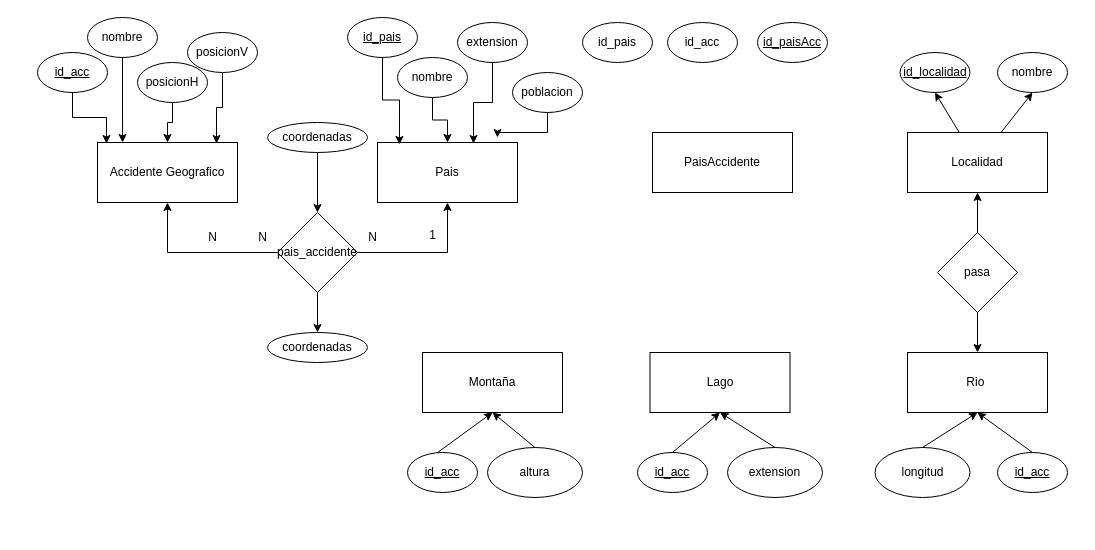
Before: ej11.drawio in adriii28/amr-tsys-C3U12-11102023, a draw.io diagram. Source tidied: cells renumbered, new cells numbered last; positions are measured from the earlier drawing's top-left corner, leaving out a move shared by most shapes. Both pictures are drawn from the tidied source at 100%, with x=0, y=0 at pixel (37, 17).
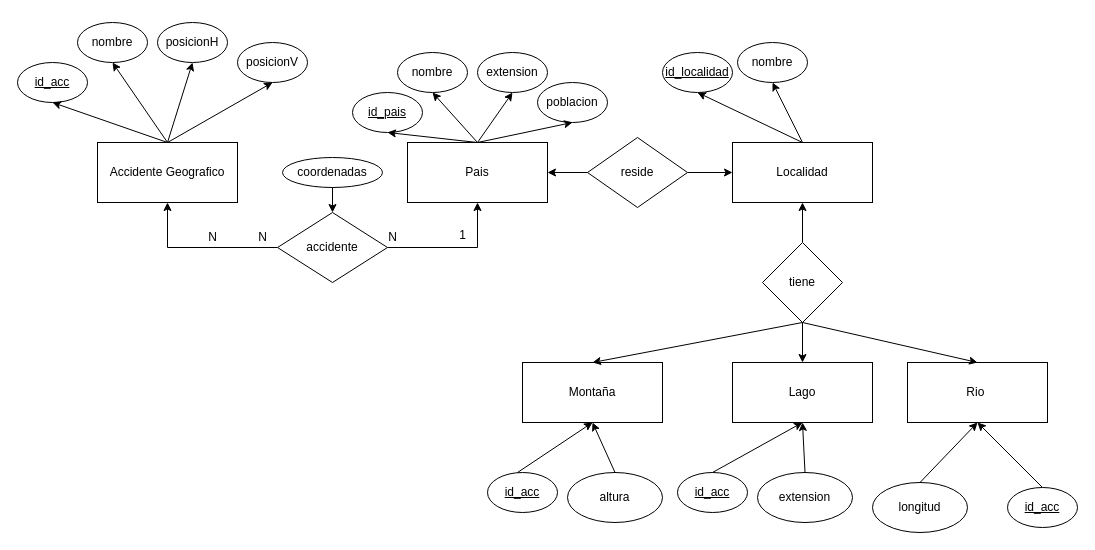
After the change.

The change refers to these unchanged cells:
```xml
<mxCell id="2" value="Accidente Geografico" style="rounded=0;whiteSpace=wrap;html=1;" parent="1" vertex="1">
  <mxGeometry x="60" y="125" width="140" height="60" as="geometry" />
</mxCell>
```

What changed in the source:
```diff
@@
     <mxCell id="3" value="Rio&amp;nbsp;" style="rounded=0;whiteSpace=wrap;html=1;" parent="1" vertex="1">
-      <mxGeometry x="870" y="335" width="140" height="60" as="geometry" />
+      <mxGeometry x="870" y="345" width="140" height="60" as="geometry" />
     </mxCell>
     <mxCell id="4" value="Montaña" style="rounded=0;whiteSpace=wrap;html=1;" parent="1" vertex="1">
-      <mxGeometry x="385" y="335" width="140" height="60" as="geometry" />
+      <mxGeometry x="485" y="345" width="140" height="60" as="geometry" />
     </mxCell>
     <mxCell id="5" value="Lago" style="rounded=0;whiteSpace=wrap;html=1;" parent="1" vertex="1">
-      <mxGeometry x="612.5" y="335" width="140" height="60" as="geometry" />
+      <mxGeometry x="695" y="345" width="140" height="60" as="geometry" />
     </mxCell>
     <mxCell id="6" value="Pais" style="rounded=0;whiteSpace=wrap;html=1;" parent="1" vertex="1">
-      <mxGeometry x="340" y="125" width="140" height="60" as="geometry" />
+      <mxGeometry x="370" y="125" width="140" height="60" as="geometry" />
     </mxCell>
-    <mxCell id="7" style="edgeStyle=none;rounded=0;jettySize=auto;html=1;entryX=0.5;entryY=1;entryDx=0;entryDy=0;" parent="1" edge="1" source="9" target="13">
+    <mxCell id="7" style="edgeStyle=none;rounded=0;jettySize=auto;html=1;entryX=0.5;entryY=1;entryDx=0;entryDy=0;exitX=0.5;exitY=0;exitDx=0;exitDy=0;" parent="1" edge="1" source="9" target="13">
       <mxGeometry relative="1" as="geometry" />
     </mxCell>
-    <mxCell id="8" style="edgeStyle=none;rounded=0;jettySize=auto;html=1;entryX=0.5;entryY=1;entryDx=0;entryDy=0;" parent="1" edge="1" source="9" target="27">
+    <mxCell id="8" style="edgeStyle=none;rounded=0;jettySize=auto;html=1;entryX=0.5;entryY=1;entryDx=0;entryDy=0;exitX=0.5;exitY=0;exitDx=0;exitDy=0;" parent="1" edge="1" source="9" target="27">
       <mxGeometry relative="1" as="geometry" />
     </mxCell>
     <mxCell id="9" value="Localidad" style="rounded=0;whiteSpace=wrap;html=1;" parent="1" vertex="1">
-      <mxGeometry x="870" y="115" width="140" height="60" as="geometry" />
+      <mxGeometry x="695" y="125" width="140" height="60" as="geometry" />
     </mxCell>
-    <mxCell id="10" value="PaisAccidente" style="rounded=0;whiteSpace=wrap;html=1;" parent="1" vertex="1">
-      <mxGeometry x="615" y="115" width="140" height="60" as="geometry" />
-    </mxCell>
     <mxCell id="11" value="id_acc" style="ellipse;whiteSpace=wrap;html=1;fontStyle=4;" parent="1" vertex="1">
-      <mxGeometry y="35" width="70" height="40" as="geometry" />
+      <mxGeometry x="-20" y="45" width="70" height="40" as="geometry" />
     </mxCell>
@@
     <mxCell id="13" value="id_localidad" style="ellipse;whiteSpace=wrap;html=1;fontStyle=4;" parent="1" vertex="1">
-      <mxGeometry x="862.5" y="35" width="70" height="40" as="geometry" />
+      <mxGeometry x="625" y="35" width="70" height="40" as="geometry" />
     </mxCell>
     <mxCell id="14" value="longitud" style="ellipse;whiteSpace=wrap;html=1;" parent="1" vertex="1">
-      <mxGeometry x="837.5" y="430" width="95" height="50" as="geometry" />
+      <mxGeometry x="835" y="465" width="95" height="50" as="geometry" />
     </mxCell>
-    <mxCell id="15" value="&lt;div&gt;id_paisAcc&lt;/div&gt;" style="ellipse;whiteSpace=wrap;html=1;fontStyle=4;" parent="1" vertex="1">
-      <mxGeometry x="720" y="5" width="70" height="40" as="geometry" />
-    </mxCell>
     <mxCell id="16" value="id_pais" style="ellipse;whiteSpace=wrap;html=1;fontStyle=4;" parent="1" vertex="1">
-      <mxGeometry x="310" width="70" height="40" as="geometry" />
+      <mxGeometry x="315" y="75" width="70" height="40" as="geometry" />
     </mxCell>
     <mxCell id="17" value="altura" style="ellipse;whiteSpace=wrap;html=1;" parent="1" vertex="1">
-      <mxGeometry x="450" y="430" width="95" height="50" as="geometry" />
+      <mxGeometry x="530" y="455" width="95" height="50" as="geometry" />
     </mxCell>
     <mxCell id="18" value="&lt;div&gt;nombre&lt;/div&gt;" style="ellipse;whiteSpace=wrap;html=1;fontStyle=0;" parent="1" vertex="1">
-      <mxGeometry x="50" width="70" height="40" as="geometry" />
+      <mxGeometry x="40" y="5" width="70" height="40" as="geometry" />
     </mxCell>
-    <mxCell id="19" style="edgeStyle=orthogonalEdgeStyle;rounded=0;jettySize=auto;html=1;" parent="1" edge="1" source="20" target="2">
-      <mxGeometry relative="1" as="geometry" />
-    </mxCell>
     <mxCell id="20" value="posicionH" style="ellipse;whiteSpace=wrap;html=1;fontStyle=0;" parent="1" vertex="1">
-      <mxGeometry x="100" y="45" width="70" height="40" as="geometry" />
+      <mxGeometry x="120" y="5" width="70" height="40" as="geometry" />
     </mxCell>
     <mxCell id="21" value="extension" style="ellipse;whiteSpace=wrap;html=1;" parent="1" vertex="1">
-      <mxGeometry x="690" y="430" width="95" height="50" as="geometry" />
+      <mxGeometry x="720" y="455" width="95" height="50" as="geometry" />
     </mxCell>
     <mxCell id="22" value="posicionV" style="ellipse;whiteSpace=wrap;html=1;fontStyle=0;" parent="1" vertex="1">
-      <mxGeometry x="150" y="15" width="70" height="40" as="geometry" />
+      <mxGeometry x="200" y="25" width="70" height="40" as="geometry" />
     </mxCell>
-    <mxCell id="23" style="edgeStyle=orthogonalEdgeStyle;rounded=0;jettySize=auto;html=1;" parent="1" edge="1" source="24" target="6">
-      <mxGeometry relative="1" as="geometry" />
-    </mxCell>
     <mxCell id="24" value="nombre" style="ellipse;whiteSpace=wrap;html=1;fontStyle=0;" parent="1" vertex="1">
-      <mxGeometry x="360" y="40" width="70" height="40" as="geometry" />
+      <mxGeometry x="360" y="35" width="70" height="40" as="geometry" />
     </mxCell>
     <mxCell id="25" value="extension" style="ellipse;whiteSpace=wrap;html=1;fontStyle=0;" parent="1" vertex="1">
-      <mxGeometry x="420" y="5" width="70" height="40" as="geometry" />
+      <mxGeometry x="440" y="35" width="70" height="40" as="geometry" />
     </mxCell>
     <mxCell id="26" value="&lt;div&gt;poblacion&lt;/div&gt;" style="ellipse;whiteSpace=wrap;html=1;fontStyle=0;" parent="1" vertex="1">
-      <mxGeometry x="475" y="55" width="70" height="40" as="geometry" />
+      <mxGeometry x="500" y="65" width="70" height="40" as="geometry" />
     </mxCell>
     <mxCell id="27" value="nombre" style="ellipse;whiteSpace=wrap;html=1;fontStyle=0;" parent="1" vertex="1">
-      <mxGeometry x="960" y="35" width="70" height="40" as="geometry" />
+      <mxGeometry x="700" y="25" width="70" height="40" as="geometry" />
     </mxCell>
-    <mxCell id="28" value="&lt;div&gt;id_pais&lt;/div&gt;" style="ellipse;whiteSpace=wrap;html=1;fontStyle=0;" parent="1" vertex="1">
-      <mxGeometry x="545" y="5" width="70" height="40" as="geometry" />
-    </mxCell>
-    <mxCell id="29" value="&lt;div&gt;id_acc&lt;/div&gt;" style="ellipse;whiteSpace=wrap;html=1;fontStyle=0;" parent="1" vertex="1">
-      <mxGeometry x="630" y="5" width="70" height="40" as="geometry" />
-    </mxCell>
-    <mxCell id="30" style="edgeStyle=none;rounded=0;jettySize=auto;html=1;exitX=0.5;exitY=1;exitDx=0;exitDy=0;entryX=0.5;entryY=0;entryDx=0;entryDy=0;" parent="1" edge="1" source="31" target="51">
-      <mxGeometry relative="1" as="geometry" />
-    </mxCell>
-    <mxCell id="31" value="pais_accidente" style="rhombus;whiteSpace=wrap;html=1;" parent="1" vertex="1">
-      <mxGeometry x="240" y="195" width="80" height="80" as="geometry" />
+    <mxCell id="31" value="accidente" style="rhombus;whiteSpace=wrap;html=1;" parent="1" vertex="1">
+      <mxGeometry x="240" y="195" width="110" height="70" as="geometry" />
     </mxCell>
@@
     <mxCell id="34" value="coordenadas" style="ellipse;whiteSpace=wrap;html=1;" parent="1" vertex="1">
-      <mxGeometry x="230" y="105" width="100" height="30" as="geometry" />
+      <mxGeometry x="245" y="140" width="100" height="30" as="geometry" />
     </mxCell>
@@
     <mxCell id="36" value="id_acc" style="ellipse;whiteSpace=wrap;html=1;fontStyle=4;" parent="1" vertex="1">
-      <mxGeometry x="960" y="435" width="70" height="40" as="geometry" />
+      <mxGeometry x="970" y="470" width="70" height="40" as="geometry" />
     </mxCell>
     <mxCell id="37" value="N" style="text;html=1;align=center;verticalAlign=middle;strokeColor=none;fillColor=none;" parent="1" vertex="1">
-      <mxGeometry x="320" y="205" width="30" height="30" as="geometry" />
+      <mxGeometry x="340" y="205" width="30" height="30" as="geometry" />
     </mxCell>
     <mxCell id="38" value="id_acc" style="ellipse;whiteSpace=wrap;html=1;fontStyle=4;" parent="1" vertex="1">
-      <mxGeometry x="370" y="435" width="70" height="40" as="geometry" />
+      <mxGeometry x="450" y="455" width="70" height="40" as="geometry" />
     </mxCell>
     <mxCell id="39" value="&lt;div&gt;1&lt;/div&gt;&lt;div&gt;&lt;br&gt;&lt;/div&gt;" style="text;html=1;align=center;verticalAlign=middle;strokeColor=none;fillColor=none;" parent="1" vertex="1">
-      <mxGeometry x="380" y="205" width="30" height="40" as="geometry" />
+      <mxGeometry x="410" y="205" width="30" height="40" as="geometry" />
     </mxCell>
     <mxCell id="40" value="id_acc" style="ellipse;whiteSpace=wrap;html=1;fontStyle=4;" parent="1" vertex="1">
-      <mxGeometry x="600" y="435" width="70" height="40" as="geometry" />
+      <mxGeometry x="640" y="455" width="70" height="40" as="geometry" />
     </mxCell>
@@
-    <mxCell id="48" style="edgeStyle=none;rounded=0;jettySize=auto;html=1;entryX=0.5;entryY=0;entryDx=0;entryDy=0;" parent="1" edge="1" source="50" target="3">
+    <mxCell id="48" style="edgeStyle=none;rounded=0;jettySize=auto;html=1;entryX=0.5;entryY=0;entryDx=0;entryDy=0;exitX=0.5;exitY=1;exitDx=0;exitDy=0;" parent="1" edge="1" source="50" target="3">
       <mxGeometry relative="1" as="geometry" />
     </mxCell>
@@
-    <mxCell id="50" value="pasa" style="rhombus;whiteSpace=wrap;html=1;" parent="1" vertex="1">
-      <mxGeometry x="900" y="215" width="80" height="80" as="geometry" />
+    <mxCell id="50" value="tiene" style="rhombus;whiteSpace=wrap;html=1;" parent="1" vertex="1">
+      <mxGeometry x="725" y="225" width="80" height="80" as="geometry" />
     </mxCell>
-    <mxCell id="51" value="coordenadas" style="ellipse;whiteSpace=wrap;html=1;" parent="1" vertex="1">
-      <mxGeometry x="230" y="315" width="100" height="30" as="geometry" />
-    </mxCell>
-    <mxCell id="52" style="edgeStyle=orthogonalEdgeStyle;rounded=0;jettySize=auto;html=1;entryX=0.064;entryY=0.017;entryDx=0;entryDy=0;entryPerimeter=0;" parent="1" edge="1" source="11" target="2">
-      <mxGeometry relative="1" as="geometry" />
-    </mxCell>
-    <mxCell id="53" style="edgeStyle=orthogonalEdgeStyle;rounded=0;jettySize=auto;html=1;entryX=0.179;entryY=0;entryDx=0;entryDy=0;entryPerimeter=0;" parent="1" edge="1" source="18" target="2">
-      <mxGeometry relative="1" as="geometry" />
-    </mxCell>
-    <mxCell id="54" style="edgeStyle=orthogonalEdgeStyle;rounded=0;jettySize=auto;html=1;entryX=0.85;entryY=0.017;entryDx=0;entryDy=0;entryPerimeter=0;" parent="1" edge="1" source="22" target="2">
-      <mxGeometry relative="1" as="geometry" />
-    </mxCell>
-    <mxCell id="55" style="edgeStyle=orthogonalEdgeStyle;rounded=0;jettySize=auto;html=1;entryX=0.157;entryY=0.033;entryDx=0;entryDy=0;entryPerimeter=0;" parent="1" edge="1" source="16" target="6">
-      <mxGeometry relative="1" as="geometry" />
-    </mxCell>
-    <mxCell id="56" style="edgeStyle=orthogonalEdgeStyle;rounded=0;jettySize=auto;html=1;entryX=0.686;entryY=0.017;entryDx=0;entryDy=0;entryPerimeter=0;" parent="1" edge="1" source="25" target="6">
-      <mxGeometry relative="1" as="geometry" />
-    </mxCell>
-    <mxCell id="57" style="edgeStyle=orthogonalEdgeStyle;rounded=0;jettySize=auto;html=1;entryX=0.857;entryY=-0.083;entryDx=0;entryDy=0;entryPerimeter=0;" parent="1" edge="1" source="26" target="6">
-      <mxGeometry relative="1" as="geometry" />
-    </mxCell>
+    <mxCell id="58" style="edgeStyle=none;rounded=0;jettySize=auto;html=1;entryX=0.5;entryY=1;entryDx=0;entryDy=0;exitX=0.5;exitY=0;exitDx=0;exitDy=0;" parent="1" edge="1" source="6" target="16">
+      <mxGeometry relative="1" as="geometry" />
+    </mxCell>
+    <mxCell id="59" style="edgeStyle=none;rounded=0;jettySize=auto;html=1;entryX=0.5;entryY=1;entryDx=0;entryDy=0;exitX=0.5;exitY=0;exitDx=0;exitDy=0;" parent="1" edge="1" source="6" target="24">
+      <mxGeometry relative="1" as="geometry" />
+    </mxCell>
+    <mxCell id="60" style="edgeStyle=none;rounded=0;jettySize=auto;html=1;entryX=0.5;entryY=1;entryDx=0;entryDy=0;exitX=0.5;exitY=0;exitDx=0;exitDy=0;" parent="1" edge="1" source="6" target="25">
+      <mxGeometry relative="1" as="geometry" />
+    </mxCell>
+    <mxCell id="61" style="edgeStyle=none;rounded=0;jettySize=auto;html=1;entryX=0.5;entryY=1;entryDx=0;entryDy=0;exitX=0.5;exitY=0;exitDx=0;exitDy=0;" parent="1" edge="1" source="6" target="26">
+      <mxGeometry relative="1" as="geometry" />
+    </mxCell>
+    <mxCell id="62" style="edgeStyle=none;rounded=0;jettySize=auto;html=1;entryX=0.5;entryY=1;entryDx=0;entryDy=0;exitX=0.5;exitY=0;exitDx=0;exitDy=0;" parent="1" edge="1" source="2" target="11">
+      <mxGeometry relative="1" as="geometry" />
+    </mxCell>
+    <mxCell id="63" style="edgeStyle=none;rounded=0;jettySize=auto;html=1;entryX=0.5;entryY=1;entryDx=0;entryDy=0;exitX=0.5;exitY=0;exitDx=0;exitDy=0;" parent="1" edge="1" source="2" target="18">
+      <mxGeometry relative="1" as="geometry" />
+    </mxCell>
+    <mxCell id="64" style="edgeStyle=none;rounded=0;jettySize=auto;html=1;entryX=0.5;entryY=1;entryDx=0;entryDy=0;exitX=0.5;exitY=0;exitDx=0;exitDy=0;" parent="1" edge="1" source="2" target="20">
+      <mxGeometry relative="1" as="geometry" />
+    </mxCell>
+    <mxCell id="65" style="edgeStyle=none;rounded=0;jettySize=auto;html=1;entryX=0.5;entryY=1;entryDx=0;entryDy=0;exitX=0.5;exitY=0;exitDx=0;exitDy=0;" parent="1" edge="1" source="2" target="22">
+      <mxGeometry relative="1" as="geometry" />
+    </mxCell>
+    <mxCell id="66" style="edgeStyle=none;rounded=0;jettySize=auto;html=1;entryX=0.5;entryY=0;entryDx=0;entryDy=0;exitX=0.5;exitY=1;exitDx=0;exitDy=0;" parent="1" edge="1" source="50" target="5">
+      <mxGeometry relative="1" as="geometry" />
+    </mxCell>
+    <mxCell id="67" style="edgeStyle=none;rounded=0;jettySize=auto;html=1;entryX=0.5;entryY=0;entryDx=0;entryDy=0;exitX=0.5;exitY=1;exitDx=0;exitDy=0;" parent="1" edge="1" source="50" target="4">
+      <mxGeometry relative="1" as="geometry" />
+    </mxCell>
+    <mxCell id="68" style="edgeStyle=none;rounded=0;jettySize=auto;html=1;entryX=0;entryY=0.5;entryDx=0;entryDy=0;" parent="1" edge="1" source="70" target="9">
+      <mxGeometry relative="1" as="geometry" />
+    </mxCell>
+    <mxCell id="69" style="edgeStyle=none;rounded=0;jettySize=auto;html=1;" parent="1" edge="1" source="70" target="6">
+      <mxGeometry relative="1" as="geometry" />
+    </mxCell>
+    <mxCell id="70" value="reside" style="rhombus;whiteSpace=wrap;html=1;" parent="1" vertex="1">
+      <mxGeometry x="550" y="120" width="100" height="70" as="geometry" />
+    </mxCell>
```
